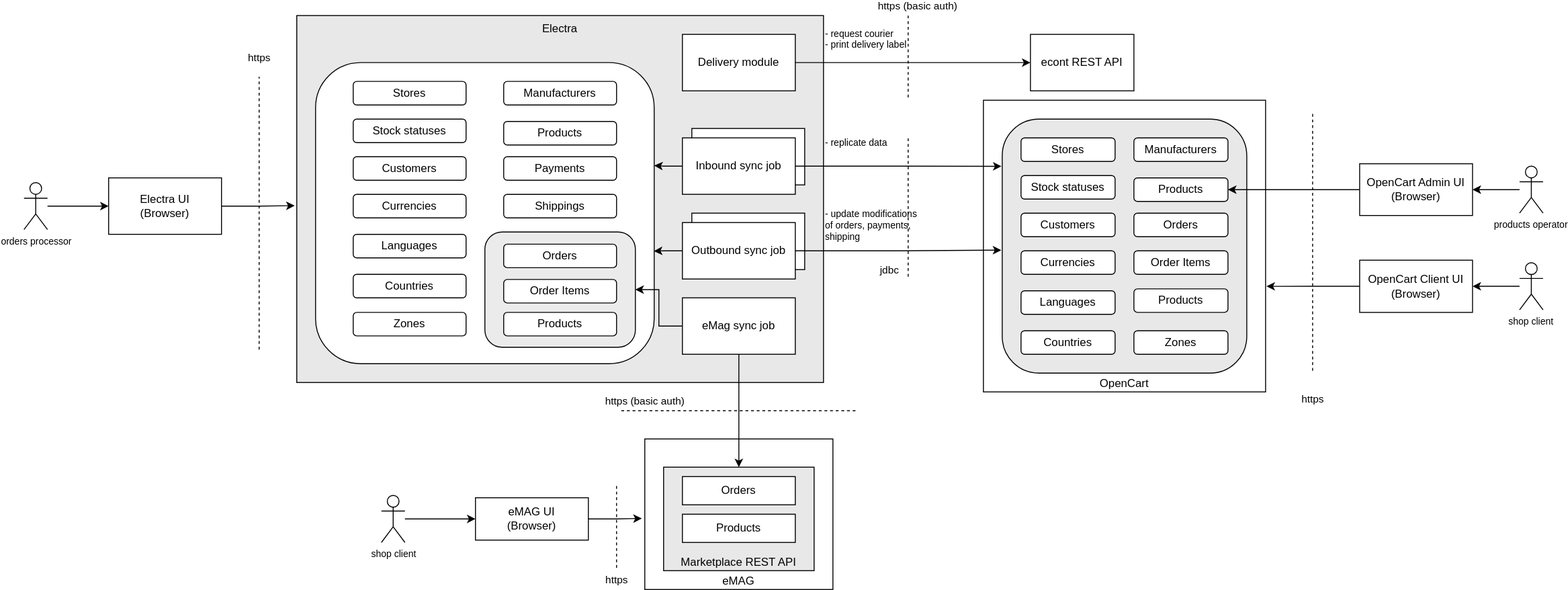
codbex/codbex-electra keeps this draw.io diagram as misc/design/electra.svg. Above is the earlier version. Source tidied: cells renumbered, new cells last; positions are measured from the earlier drawing's top-left corner, leaving out a move shared by most shapes.
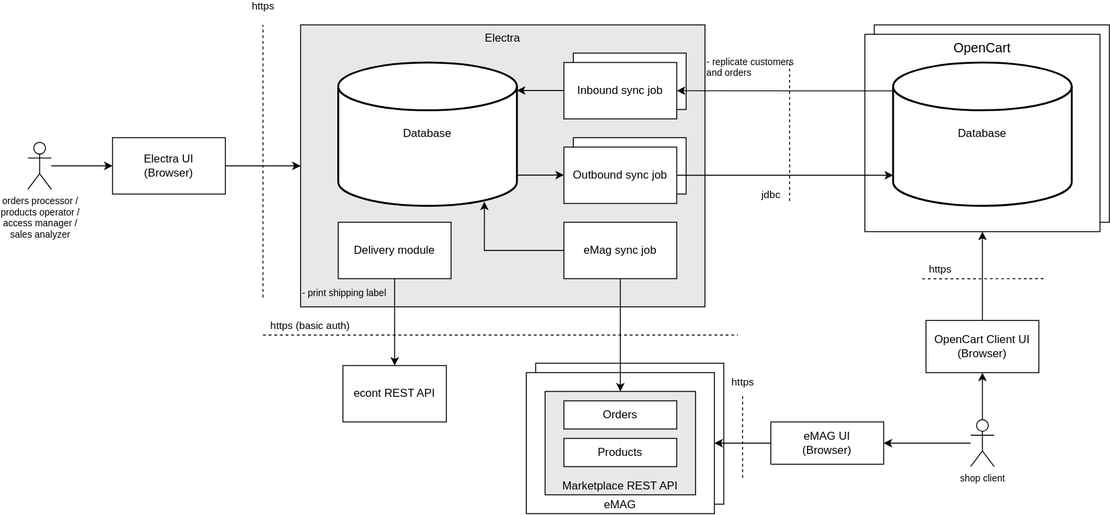
The same file after the commit.

Change to the diagram source:
```diff
@@ -4,8 +4,11 @@
     <mxCell id="1" parent="0" />
+    <mxCell id="76" style="rounded=0;whiteSpace=wrap;html=1;verticalAlign=bottom;" parent="1" vertex="1">
+      <mxGeometry x="670" y="450" width="200" height="150" as="geometry" />
+    </mxCell>
+    <mxCell id="77" style="rounded=0;whiteSpace=wrap;html=1;verticalAlign=bottom;" parent="1" vertex="1">
+      <mxGeometry x="1030" y="90" width="250" height="210" as="geometry" />
+    </mxCell>
     <mxCell id="2" value="Electra" style="rounded=0;whiteSpace=wrap;html=1;verticalAlign=top;labelBackgroundColor=none;fillColor=#E8E8E8;strokeColor=default;gradientColor=none;" parent="1" vertex="1">
-      <mxGeometry x="290" width="560" height="390" as="geometry" />
+      <mxGeometry x="420" y="90" width="430" height="300" as="geometry" />
     </mxCell>
-    <mxCell id="3" style="rounded=1;whiteSpace=wrap;html=1;verticalAlign=top;fillColor=default;" parent="1" vertex="1">
-      <mxGeometry x="310" y="50" width="360" height="320" as="geometry" />
-    </mxCell>
     <mxCell id="4" style="rounded=0;whiteSpace=wrap;html=1;" parent="1" vertex="1">
@@ -17,3 +20,3 @@
     <mxCell id="6" value="eMAG" style="rounded=0;whiteSpace=wrap;html=1;verticalAlign=bottom;" parent="1" vertex="1">
-      <mxGeometry x="660" y="450" width="200" height="160" as="geometry" />
+      <mxGeometry x="660" y="460" width="200" height="150" as="geometry" />
     </mxCell>
@@ -28,23 +31,8 @@
     </mxCell>
-    <mxCell id="10" style="rounded=1;whiteSpace=wrap;html=1;verticalAlign=top;fillColor=#EBEBEB;gradientColor=none;" parent="1" vertex="1">
-      <mxGeometry x="490" y="230" width="160" height="122.5" as="geometry" />
-    </mxCell>
+    <mxCell id="15" value="Outbound sync job" style="rounded=0;whiteSpace=wrap;html=1;" parent="1" vertex="1">
+      <mxGeometry x="700" y="220" width="120" height="60" as="geometry" />
+    </mxCell>
-    <mxCell id="11" value="OpenCart" style="rounded=0;whiteSpace=wrap;html=1;verticalAlign=bottom;" parent="1" vertex="1">
-      <mxGeometry x="1020" y="90" width="300" height="310" as="geometry" />
+    <mxCell id="11" value="OpenCart" style="rounded=0;whiteSpace=wrap;html=1;verticalAlign=top;fontSize=14;" parent="1" vertex="1">
+      <mxGeometry x="1020" y="100" width="250" height="210" as="geometry" />
     </mxCell>
-    <mxCell id="12" style="edgeStyle=orthogonalEdgeStyle;rounded=0;jettySize=auto;html=1;entryX=1;entryY=0.5;entryDx=0;entryDy=0;" parent="1" edge="1" source="13" target="73">
-      <mxGeometry relative="1" as="geometry" />
-    </mxCell>
-    <mxCell id="13" value="products operator" style="shape=umlActor;verticalLabelPosition=bottom;verticalAlign=top;html=1;outlineConnect=0;fontSize=10;" parent="1" vertex="1">
-      <mxGeometry x="1590" y="160" width="25" height="50" as="geometry" />
-    </mxCell>
-    <mxCell id="14" style="edgeStyle=orthogonalEdgeStyle;rounded=0;jettySize=auto;html=1;entryX=-0.004;entryY=0.516;entryDx=0;entryDy=0;entryPerimeter=0;" parent="1" edge="1" source="15" target="55">
-      <mxGeometry relative="1" as="geometry" />
-    </mxCell>
-    <mxCell id="15" value="Outbound sync job" style="rounded=0;whiteSpace=wrap;html=1;" parent="1" vertex="1">
-      <mxGeometry x="700" y="220" width="120" height="60" as="geometry" />
-    </mxCell>
-    <mxCell id="16" style="edgeStyle=orthogonalEdgeStyle;rounded=0;jettySize=auto;html=1;entryX=-0.003;entryY=0.186;entryDx=0;entryDy=0;entryPerimeter=0;" parent="1" edge="1" source="17" target="55">
-      <mxGeometry x="0.09" y="20" relative="1" as="geometry" />
-    </mxCell>
     <mxCell id="17" value="Inbound sync job" style="rounded=0;whiteSpace=wrap;html=1;" parent="1" vertex="1">
@@ -55,3 +43,3 @@
     </mxCell>
-    <mxCell id="19" style="edgeStyle=orthogonalEdgeStyle;rounded=0;jettySize=auto;html=1;entryX=1;entryY=0.5;entryDx=0;entryDy=0;" parent="1" edge="1" source="20" target="10">
+    <mxCell id="19" style="edgeStyle=orthogonalEdgeStyle;rounded=0;jettySize=auto;html=1;entryX=0.818;entryY=0.971;entryDx=0;entryDy=0;entryPerimeter=0;" parent="1" edge="1" source="20" target="82">
       <mxGeometry relative="1" as="geometry" />
@@ -62,3 +50,3 @@
     <mxCell id="21" value="Electra UI&lt;br&gt;(Browser)" style="rounded=0;whiteSpace=wrap;html=1;" parent="1" vertex="1">
-      <mxGeometry x="90" y="172.5" width="120" height="60" as="geometry" />
+      <mxGeometry x="220" y="210" width="120" height="60" as="geometry" />
     </mxCell>
@@ -66,4 +54,4 @@
       <mxGeometry x="1" y="20" relative="1" as="geometry">
-        <mxPoint x="250" y="355" as="sourcePoint" />
-        <mxPoint x="250" y="65" as="targetPoint" />
+        <mxPoint x="380" y="380" as="sourcePoint" />
+        <mxPoint x="380" y="90" as="targetPoint" />
         <mxPoint x="20" y="-20" as="offset" />
@@ -72,6 +60,5 @@
     <mxCell id="23" value="https" style="endArrow=none;dashed=1;html=1;rounded=0;verticalAlign=middle;" parent="1" edge="1">
-      <mxGeometry x="-1" y="-30" relative="1" as="geometry">
-        <mxPoint x="1370" y="377.5" as="sourcePoint" />
-        <mxPoint x="1370" y="102.5" as="targetPoint" />
-        <mxPoint x="-30" y="30" as="offset" />
+      <mxGeometry x="0.69" y="-10" relative="1" as="geometry">
+        <mxPoint x="1210" y="360" as="sourcePoint" />
+        <mxPoint x="1080" y="360.2" as="targetPoint" />
       </mxGeometry>
@@ -86,3 +73,3 @@
       <mxGeometry x="-0.8" y="10" relative="1" as="geometry">
-        <mxPoint x="635" y="420" as="sourcePoint" />
+        <mxPoint x="380" y="420" as="sourcePoint" />
         <mxPoint x="885" y="420" as="targetPoint" />
@@ -90,24 +77,17 @@
     </mxCell>
-    <mxCell id="26" value="- replicate data" style="text;html=1;strokeColor=none;fillColor=none;align=left;verticalAlign=middle;whiteSpace=wrap;rounded=0;fontSize=10;" parent="1" vertex="1">
+    <mxCell id="26" value="- replicate customers&lt;br&gt;and orders" style="text;html=1;strokeColor=none;fillColor=none;align=left;verticalAlign=middle;whiteSpace=wrap;rounded=0;fontSize=10;" parent="1" vertex="1">
       <mxGeometry x="850" y="120" width="130" height="30" as="geometry" />
     </mxCell>
-    <mxCell id="27" value="- update modifications of orders, payments, shipping" style="text;html=1;strokeColor=none;fillColor=none;align=left;verticalAlign=middle;whiteSpace=wrap;rounded=0;fontSize=10;" parent="1" vertex="1">
-      <mxGeometry x="850" y="187.5" width="110" height="70" as="geometry" />
-    </mxCell>
+    <mxCell id="70" style="edgeStyle=orthogonalEdgeStyle;rounded=0;jettySize=auto;html=1;entryX=1;entryY=0.5;entryDx=0;entryDy=0;" parent="1" edge="1" source="28" target="6">
+      <mxGeometry relative="1" as="geometry" />
+    </mxCell>
     <mxCell id="28" value="eMAG UI&lt;br&gt;(Browser)" style="rounded=0;whiteSpace=wrap;html=1;" parent="1" vertex="1">
-      <mxGeometry x="480" y="512.5" width="120" height="45" as="geometry" />
+      <mxGeometry x="920" y="512.5" width="120" height="45" as="geometry" />
     </mxCell>
     <mxCell id="29" value="econt REST API" style="rounded=0;whiteSpace=wrap;html=1;" parent="1" vertex="1">
-      <mxGeometry x="1070" y="20" width="110" height="60" as="geometry" />
+      <mxGeometry x="465" y="452.5" width="110" height="60" as="geometry" />
     </mxCell>
     <mxCell id="30" value="Delivery module" style="rounded=0;whiteSpace=wrap;html=1;" parent="1" vertex="1">
-      <mxGeometry x="700" y="20" width="120" height="60" as="geometry" />
+      <mxGeometry x="460" y="300" width="120" height="60" as="geometry" />
     </mxCell>
-    <mxCell id="31" value="https (basic auth)" style="endArrow=none;dashed=1;html=1;rounded=0;verticalAlign=middle;" parent="1" edge="1">
-      <mxGeometry x="-1" y="14" relative="1" as="geometry">
-        <mxPoint x="940" as="sourcePoint" />
-        <mxPoint x="940" y="90" as="targetPoint" />
-        <mxPoint x="-4" y="-10" as="offset" />
-      </mxGeometry>
-    </mxCell>
     <mxCell id="32" style="edgeStyle=orthogonalEdgeStyle;rounded=0;jettySize=auto;html=1;" parent="1" edge="1" source="30" target="29">
@@ -115,4 +95,4 @@
     </mxCell>
-    <mxCell id="33" value="- request courier&lt;br&gt;- print delivery label" style="text;html=1;strokeColor=none;fillColor=none;align=left;verticalAlign=middle;whiteSpace=wrap;rounded=0;fontSize=10;" parent="1" vertex="1">
-      <mxGeometry x="850" y="10" width="130" height="30" as="geometry" />
+    <mxCell id="33" value="- print shipping label" style="text;html=1;strokeColor=none;fillColor=none;align=left;verticalAlign=middle;whiteSpace=wrap;rounded=0;fontSize=10;" parent="1" vertex="1">
+      <mxGeometry x="420" y="360" width="130" height="30" as="geometry" />
     </mxCell>
@@ -121,4 +101,7 @@
     </mxCell>
+    <mxCell id="78" style="edgeStyle=orthogonalEdgeStyle;rounded=0;jettySize=auto;html=1;entryX=0.5;entryY=1;entryDx=0;entryDy=0;" parent="1" edge="1" source="35" target="74">
+      <mxGeometry relative="1" as="geometry" />
+    </mxCell>
     <mxCell id="35" value="shop client" style="shape=umlActor;verticalLabelPosition=bottom;verticalAlign=top;html=1;outlineConnect=0;fontSize=10;" parent="1" vertex="1">
-      <mxGeometry x="380" y="510" width="25" height="50" as="geometry" />
+      <mxGeometry x="1132.5" y="510" width="25" height="50" as="geometry" />
     </mxCell>
@@ -127,123 +110,50 @@
     </mxCell>
-    <mxCell id="37" value="orders processor" style="shape=umlActor;verticalLabelPosition=bottom;verticalAlign=top;html=1;outlineConnect=0;fontSize=10;" parent="1" vertex="1">
-      <mxGeometry y="177.5" width="25" height="50" as="geometry" />
+    <mxCell id="37" value="orders processor /&lt;br&gt;products operator /&lt;br&gt;access manager /&lt;br&gt;sales analyzer" style="shape=umlActor;verticalLabelPosition=bottom;verticalAlign=top;html=1;outlineConnect=0;fontSize=10;" parent="1" vertex="1">
+      <mxGeometry x="130" y="215" width="25" height="50" as="geometry" />
     </mxCell>
-    <mxCell id="38" value="Products" style="rounded=1;whiteSpace=wrap;html=1;" parent="1" vertex="1">
-      <mxGeometry x="510" y="112.5" width="120" height="25" as="geometry" />
-    </mxCell>
-    <mxCell id="39" value="Manufacturers" style="rounded=1;whiteSpace=wrap;html=1;" parent="1" vertex="1">
-      <mxGeometry x="510" y="70" width="120" height="25" as="geometry" />
-    </mxCell>
-    <mxCell id="40" value="Payments" style="rounded=1;whiteSpace=wrap;html=1;" parent="1" vertex="1">
-      <mxGeometry x="510" y="150" width="120" height="25" as="geometry" />
-    </mxCell>
-    <mxCell id="41" value="Shippings" style="rounded=1;whiteSpace=wrap;html=1;" parent="1" vertex="1">
-      <mxGeometry x="510" y="190" width="120" height="25" as="geometry" />
-    </mxCell>
-    <mxCell id="42" value="Customers" style="rounded=1;whiteSpace=wrap;html=1;" parent="1" vertex="1">
-      <mxGeometry x="350" y="150" width="120" height="25" as="geometry" />
-    </mxCell>
-    <mxCell id="43" value="Currencies" style="rounded=1;whiteSpace=wrap;html=1;" parent="1" vertex="1">
-      <mxGeometry x="350" y="190" width="120" height="25" as="geometry" />
-    </mxCell>
-    <mxCell id="44" value="Languages" style="rounded=1;whiteSpace=wrap;html=1;" parent="1" vertex="1">
-      <mxGeometry x="350" y="232.5" width="120" height="25" as="geometry" />
-    </mxCell>
-    <mxCell id="45" value="Countries" style="rounded=1;whiteSpace=wrap;html=1;" parent="1" vertex="1">
-      <mxGeometry x="350" y="275" width="120" height="25" as="geometry" />
-    </mxCell>
-    <mxCell id="46" value="Stock statuses" style="rounded=1;whiteSpace=wrap;html=1;" parent="1" vertex="1">
-      <mxGeometry x="350" y="110" width="120" height="25" as="geometry" />
-    </mxCell>
-    <mxCell id="47" value="Stores" style="rounded=1;whiteSpace=wrap;html=1;" parent="1" vertex="1">
-      <mxGeometry x="350" y="70" width="120" height="25" as="geometry" />
-    </mxCell>
-    <mxCell id="48" value="Zones" style="rounded=1;whiteSpace=wrap;html=1;" parent="1" vertex="1">
-      <mxGeometry x="350" y="315.5" width="120" height="25" as="geometry" />
-    </mxCell>
-    <mxCell id="49" value="Orders" style="rounded=1;whiteSpace=wrap;html=1;" parent="1" vertex="1">
-      <mxGeometry x="510" y="243" width="120" height="25" as="geometry" />
-    </mxCell>
-    <mxCell id="50" value="Products" style="rounded=1;whiteSpace=wrap;html=1;" parent="1" vertex="1">
-      <mxGeometry x="510" y="315.5" width="120" height="25" as="geometry" />
-    </mxCell>
-    <mxCell id="51" value="Order Items" style="rounded=1;whiteSpace=wrap;html=1;" parent="1" vertex="1">
-      <mxGeometry x="510" y="280.5" width="120" height="25" as="geometry" />
-    </mxCell>
-    <mxCell id="52" style="edgeStyle=orthogonalEdgeStyle;rounded=0;jettySize=auto;html=1;entryX=0.999;entryY=0.626;entryDx=0;entryDy=0;entryPerimeter=0;" parent="1" edge="1" source="15" target="3">
-      <mxGeometry relative="1" as="geometry" />
-    </mxCell>
-    <mxCell id="53" style="edgeStyle=orthogonalEdgeStyle;rounded=0;jettySize=auto;html=1;entryX=-0.004;entryY=0.518;entryDx=0;entryDy=0;entryPerimeter=0;" parent="1" edge="1" source="21" target="2">
+    <mxCell id="53" style="edgeStyle=orthogonalEdgeStyle;rounded=0;jettySize=auto;html=1;entryX=0;entryY=0.5;entryDx=0;entryDy=0;" parent="1" edge="1" source="21" target="2">
       <mxGeometry relative="1" as="geometry" />
     </mxCell>
-    <mxCell id="54" style="edgeStyle=orthogonalEdgeStyle;rounded=0;jettySize=auto;html=1;entryX=1;entryY=0.342;entryDx=0;entryDy=0;entryPerimeter=0;" parent="1" edge="1" source="17" target="3">
-      <mxGeometry relative="1" as="geometry" />
-    </mxCell>
-    <mxCell id="55" style="rounded=1;whiteSpace=wrap;html=1;verticalAlign=top;fillColor=#E8E8E8;" parent="1" vertex="1">
-      <mxGeometry x="1040" y="110" width="260" height="270" as="geometry" />
-    </mxCell>
-    <mxCell id="56" value="Products" style="rounded=1;whiteSpace=wrap;html=1;" parent="1" vertex="1">
-      <mxGeometry x="1180" y="172.5" width="100" height="25" as="geometry" />
-    </mxCell>
-    <mxCell id="57" value="Manufacturers" style="rounded=1;whiteSpace=wrap;html=1;" parent="1" vertex="1">
-      <mxGeometry x="1180" y="130" width="100" height="25" as="geometry" />
-    </mxCell>
-    <mxCell id="58" value="Customers" style="rounded=1;whiteSpace=wrap;html=1;" parent="1" vertex="1">
-      <mxGeometry x="1060" y="210" width="100" height="25" as="geometry" />
-    </mxCell>
-    <mxCell id="59" value="Currencies" style="rounded=1;whiteSpace=wrap;html=1;" parent="1" vertex="1">
-      <mxGeometry x="1060" y="250" width="100" height="25" as="geometry" />
-    </mxCell>
-    <mxCell id="60" value="Languages" style="rounded=1;whiteSpace=wrap;html=1;" parent="1" vertex="1">
-      <mxGeometry x="1060" y="292.5" width="100" height="25" as="geometry" />
-    </mxCell>
-    <mxCell id="61" value="Countries" style="rounded=1;whiteSpace=wrap;html=1;" parent="1" vertex="1">
-      <mxGeometry x="1060" y="335" width="100" height="25" as="geometry" />
-    </mxCell>
-    <mxCell id="62" value="Stock statuses" style="rounded=1;whiteSpace=wrap;html=1;" parent="1" vertex="1">
-      <mxGeometry x="1060" y="170" width="100" height="25" as="geometry" />
-    </mxCell>
-    <mxCell id="63" value="Stores" style="rounded=1;whiteSpace=wrap;html=1;" parent="1" vertex="1">
-      <mxGeometry x="1060" y="130" width="100" height="25" as="geometry" />
-    </mxCell>
-    <mxCell id="64" value="Zones" style="rounded=1;whiteSpace=wrap;html=1;" parent="1" vertex="1">
-      <mxGeometry x="1180" y="335" width="100" height="25" as="geometry" />
-    </mxCell>
-    <mxCell id="65" value="Orders" style="rounded=1;whiteSpace=wrap;html=1;" parent="1" vertex="1">
-      <mxGeometry x="1180" y="210" width="100" height="25" as="geometry" />
-    </mxCell>
-    <mxCell id="66" value="Products" style="rounded=1;whiteSpace=wrap;html=1;" parent="1" vertex="1">
-      <mxGeometry x="1180" y="290.5" width="100" height="25" as="geometry" />
-    </mxCell>
-    <mxCell id="67" value="Order Items" style="rounded=1;whiteSpace=wrap;html=1;" parent="1" vertex="1">
-      <mxGeometry x="1180" y="250" width="100" height="25" as="geometry" />
-    </mxCell>
-    <mxCell id="68" style="edgeStyle=orthogonalEdgeStyle;rounded=0;jettySize=auto;html=1;entryX=1;entryY=0.5;entryDx=0;entryDy=0;" parent="1" edge="1" source="69" target="74">
-      <mxGeometry relative="1" as="geometry" />
-    </mxCell>
-    <mxCell id="69" value="shop client" style="shape=umlActor;verticalLabelPosition=bottom;verticalAlign=top;html=1;outlineConnect=0;fontSize=10;" parent="1" vertex="1">
-      <mxGeometry x="1590" y="262.8" width="25" height="50" as="geometry" />
-    </mxCell>
-    <mxCell id="70" style="edgeStyle=orthogonalEdgeStyle;rounded=0;jettySize=auto;html=1;entryX=-0.016;entryY=0.528;entryDx=0;entryDy=0;entryPerimeter=0;" parent="1" edge="1" source="28" target="6">
-      <mxGeometry relative="1" as="geometry" />
-    </mxCell>
     <mxCell id="71" value="https" style="endArrow=none;dashed=1;html=1;rounded=0;verticalAlign=middle;" parent="1" edge="1">
-      <mxGeometry x="1" y="10" relative="1" as="geometry">
-        <mxPoint x="630" y="500" as="sourcePoint" />
-        <mxPoint x="630" y="590" as="targetPoint" />
-        <mxPoint x="-10" y="10" as="offset" />
+      <mxGeometry x="-1" y="-15" relative="1" as="geometry">
+        <mxPoint x="890" y="485" as="sourcePoint" />
+        <mxPoint x="890" y="575" as="targetPoint" />
+        <mxPoint x="15" y="-15" as="offset" />
       </mxGeometry>
     </mxCell>
-    <mxCell id="72" style="edgeStyle=orthogonalEdgeStyle;rounded=0;jettySize=auto;html=1;entryX=1;entryY=0.5;entryDx=0;entryDy=0;" parent="1" edge="1" source="73" target="56">
-      <mxGeometry relative="1" as="geometry" />
-    </mxCell>
-    <mxCell id="73" value="OpenCart Admin UI&lt;br style=&quot;border-color: var(--border-color);&quot;&gt;(Browser)" style="rounded=0;whiteSpace=wrap;html=1;" parent="1" vertex="1">
-      <mxGeometry x="1420" y="157.5" width="120" height="55" as="geometry" />
-    </mxCell>
     <mxCell id="74" value="OpenCart Client UI&lt;br style=&quot;border-color: var(--border-color);&quot;&gt;(Browser)" style="rounded=0;whiteSpace=wrap;html=1;" parent="1" vertex="1">
-      <mxGeometry x="1420" y="260" width="120" height="55.5" as="geometry" />
+      <mxGeometry x="1085" y="404.5" width="120" height="55.5" as="geometry" />
     </mxCell>
-    <mxCell id="75" style="edgeStyle=orthogonalEdgeStyle;rounded=0;jettySize=auto;html=1;entryX=1.003;entryY=0.638;entryDx=0;entryDy=0;entryPerimeter=0;" parent="1" edge="1" source="74" target="11">
+    <mxCell id="75" style="edgeStyle=orthogonalEdgeStyle;rounded=0;jettySize=auto;html=1;entryX=0.5;entryY=1;entryDx=0;entryDy=0;" parent="1" edge="1" source="74" target="11">
       <mxGeometry relative="1" as="geometry" />
     </mxCell>
+    <mxCell id="79" style="edgeStyle=orthogonalEdgeStyle;rounded=0;jettySize=auto;html=1;entryX=1;entryY=0.5;entryDx=0;entryDy=0;exitX=0.007;exitY=0.198;exitDx=0;exitDy=0;exitPerimeter=0;" parent="1" edge="1" source="80" target="17">
+      <mxGeometry relative="1" as="geometry" />
+    </mxCell>
+    <mxCell id="80" value="Database" style="strokeWidth=2;html=1;shape=mxgraph.flowchart.database;whiteSpace=wrap;verticalAlign=middle;fontSize=12;" parent="1" vertex="1">
+      <mxGeometry x="1050" y="130" width="190" height="152.5" as="geometry" />
+    </mxCell>
+    <mxCell id="81" style="edgeStyle=orthogonalEdgeStyle;rounded=0;jettySize=auto;html=1;" parent="1" edge="1" source="15">
+      <mxGeometry relative="1" as="geometry">
+        <mxPoint x="1050" y="250" as="targetPoint" />
+        <Array as="points">
+          <mxPoint x="1050" y="250" />
+        </Array>
+      </mxGeometry>
+    </mxCell>
+    <mxCell id="82" value="Database" style="strokeWidth=2;html=1;shape=mxgraph.flowchart.database;whiteSpace=wrap;verticalAlign=middle;fontSize=12;" parent="1" vertex="1">
+      <mxGeometry x="460" y="130" width="190" height="152.5" as="geometry" />
+    </mxCell>
+    <mxCell id="83" style="edgeStyle=orthogonalEdgeStyle;rounded=0;orthogonalLoop=1;jettySize=auto;html=1;entryX=0;entryY=0.5;entryDx=0;entryDy=0;exitX=0.998;exitY=0.197;exitDx=0;exitDy=0;exitPerimeter=0;" parent="1" edge="1">
+      <mxGeometry relative="1" as="geometry">
+        <mxPoint x="650" y="249.8" as="sourcePoint" />
+        <mxPoint x="700" y="249.8" as="targetPoint" />
+      </mxGeometry>
+    </mxCell>
+    <mxCell id="84" style="edgeStyle=orthogonalEdgeStyle;rounded=0;orthogonalLoop=1;jettySize=auto;html=1;entryX=0.998;entryY=0.789;entryDx=0;entryDy=0;entryPerimeter=0;" parent="1" edge="1">
+      <mxGeometry relative="1" as="geometry">
+        <mxPoint x="700" y="159.8" as="sourcePoint" />
+        <mxPoint x="650" y="159.8" as="targetPoint" />
+      </mxGeometry>
+    </mxCell>
   </root>
```
